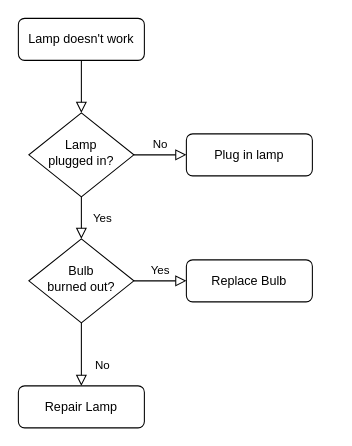
Before: Untitled Diagram.drawio in AdamCoon9/OffenseRUs.com, a draw.io diagram. Source tidied: cells renumbered, new cells numbered last; positions are measured from the earlier drawing's top-left corner, leaving out a move shared by most shapes. Both pictures are drawn from the tidied source at 105%, with x=0, y=0 at pixel (18, 18).
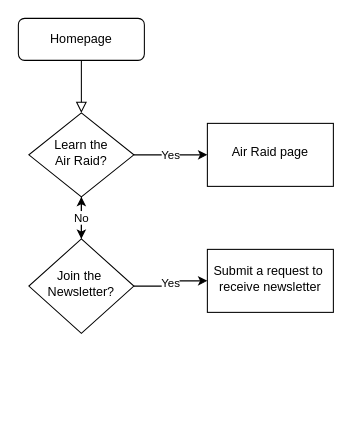
After the change.

Change to the diagram source:
```diff
@@
 <mxGraphModel>
   <root>
     <mxCell id="0" />
     <mxCell id="1" parent="0" />
     <mxCell id="2" style="rounded=0;html=1;jettySize=auto;fontSize=11;endArrow=block;endFill=0;endSize=8;strokeWidth=1;shadow=0;labelBackgroundColor=none;edgeStyle=orthogonalEdgeStyle;" parent="1" edge="1" source="3" target="6">
       <mxGeometry relative="1" as="geometry" />
     </mxCell>
-    <mxCell id="3" value="Lamp doesn't work" style="rounded=1;whiteSpace=wrap;html=1;fontSize=12;glass=0;strokeWidth=1;shadow=0;" parent="1" vertex="1">
+    <mxCell id="3" value="Homepage" style="rounded=1;whiteSpace=wrap;html=1;fontSize=12;glass=0;strokeWidth=1;shadow=0;" parent="1" vertex="1">
       <mxGeometry width="120" height="40" as="geometry" />
     </mxCell>
+    <mxCell id="13" value="Yes" style="edgeStyle=orthogonalEdgeStyle;rounded=0;jettySize=auto;html=1;" parent="1" edge="1" source="6" target="16">
+      <mxGeometry relative="1" as="geometry" />
+    </mxCell>
-    <mxCell id="4" value="Yes" style="rounded=0;html=1;jettySize=auto;fontSize=11;endArrow=block;endFill=0;endSize=8;strokeWidth=1;shadow=0;labelBackgroundColor=none;edgeStyle=orthogonalEdgeStyle;" parent="1" edge="1" source="6" target="10">
-      <mxGeometry y="20" relative="1" as="geometry" />
+    <mxCell id="4" style="edgeStyle=orthogonalEdgeStyle;rounded=0;jettySize=auto;html=1;" parent="1" edge="1" source="6" target="10">
+      <mxGeometry relative="1" as="geometry" />
     </mxCell>
-    <mxCell id="5" value="No" style="edgeStyle=orthogonalEdgeStyle;rounded=0;html=1;jettySize=auto;fontSize=11;endArrow=block;endFill=0;endSize=8;strokeWidth=1;shadow=0;labelBackgroundColor=none;" parent="1" edge="1" source="6" target="7">
-      <mxGeometry y="10" relative="1" as="geometry" />
-    </mxCell>
-    <mxCell id="6" value="Lamp&lt;br&gt;plugged in?" style="rhombus;whiteSpace=wrap;html=1;shadow=0;fontFamily=Helvetica;fontSize=12;align=center;strokeWidth=1;spacing=6;spacingTop=-4;" parent="1" vertex="1">
+    <mxCell id="6" value="Learn the&lt;br&gt;Air Raid?" style="rhombus;whiteSpace=wrap;html=1;shadow=0;fontFamily=Helvetica;fontSize=12;align=center;strokeWidth=1;spacing=6;spacingTop=-4;" parent="1" vertex="1">
       <mxGeometry x="10" y="90" width="100" height="80" as="geometry" />
     </mxCell>
-    <mxCell id="7" value="Plug in lamp" style="rounded=1;whiteSpace=wrap;html=1;fontSize=12;glass=0;strokeWidth=1;shadow=0;" parent="1" vertex="1">
-      <mxGeometry x="160" y="110" width="120" height="40" as="geometry" />
-    </mxCell>
-    <mxCell id="8" value="No" style="rounded=0;html=1;jettySize=auto;fontSize=11;endArrow=block;endFill=0;endSize=8;strokeWidth=1;shadow=0;labelBackgroundColor=none;edgeStyle=orthogonalEdgeStyle;" parent="1" edge="1" source="10" target="11">
-      <mxGeometry x="0.33" y="20" relative="1" as="geometry" />
-    </mxCell>
-    <mxCell id="9" value="Yes" style="edgeStyle=orthogonalEdgeStyle;rounded=0;html=1;jettySize=auto;fontSize=11;endArrow=block;endFill=0;endSize=8;strokeWidth=1;shadow=0;labelBackgroundColor=none;" parent="1" edge="1" source="10" target="12">
-      <mxGeometry y="10" relative="1" as="geometry" />
-    </mxCell>
+    <mxCell id="14" value="No" style="edgeStyle=orthogonalEdgeStyle;rounded=0;jettySize=auto;html=1;" parent="1" edge="1" source="10" target="6">
+      <mxGeometry relative="1" as="geometry" />
+    </mxCell>
+    <mxCell id="15" value="Yes" style="edgeStyle=orthogonalEdgeStyle;rounded=0;jettySize=auto;html=1;" parent="1" edge="1" source="10" target="17">
+      <mxGeometry relative="1" as="geometry" />
+    </mxCell>
-    <mxCell id="10" value="Bulb&lt;br&gt;burned out?" style="rhombus;whiteSpace=wrap;html=1;shadow=0;fontFamily=Helvetica;fontSize=12;align=center;strokeWidth=1;spacing=6;spacingTop=-4;" parent="1" vertex="1">
-      <mxGeometry x="10" y="210" width="100" height="80" as="geometry" />
+    <mxCell id="10" value="Join the&amp;nbsp;&lt;br&gt;Newsletter?" style="rhombus;whiteSpace=wrap;html=1;shadow=0;fontFamily=Helvetica;fontSize=12;align=center;strokeWidth=1;spacing=6;spacingTop=-4;" parent="1" vertex="1">
+      <mxGeometry x="10" y="210" width="100" height="90" as="geometry" />
     </mxCell>
-    <mxCell id="11" value="Repair Lamp" style="rounded=1;whiteSpace=wrap;html=1;fontSize=12;glass=0;strokeWidth=1;shadow=0;" parent="1" vertex="1">
-      <mxGeometry y="350" width="120" height="40" as="geometry" />
-    </mxCell>
-    <mxCell id="12" value="Replace Bulb" style="rounded=1;whiteSpace=wrap;html=1;fontSize=12;glass=0;strokeWidth=1;shadow=0;" parent="1" vertex="1">
-      <mxGeometry x="160" y="230" width="120" height="40" as="geometry" />
-    </mxCell>
+    <mxCell id="16" value="Air Raid page" style="whiteSpace=wrap;html=1;shadow=0;strokeWidth=1;spacing=6;spacingTop=-4;" parent="1" vertex="1">
+      <mxGeometry x="180" y="100" width="120" height="60" as="geometry" />
+    </mxCell>
+    <mxCell id="17" value="Submit a request to&amp;nbsp;&lt;br&gt;receive newsletter" style="whiteSpace=wrap;html=1;shadow=0;strokeWidth=1;spacing=6;spacingTop=-4;" parent="1" vertex="1">
+      <mxGeometry x="180" y="220" width="120" height="60" as="geometry" />
+    </mxCell>
   </root>
 </mxGraphModel>
```
